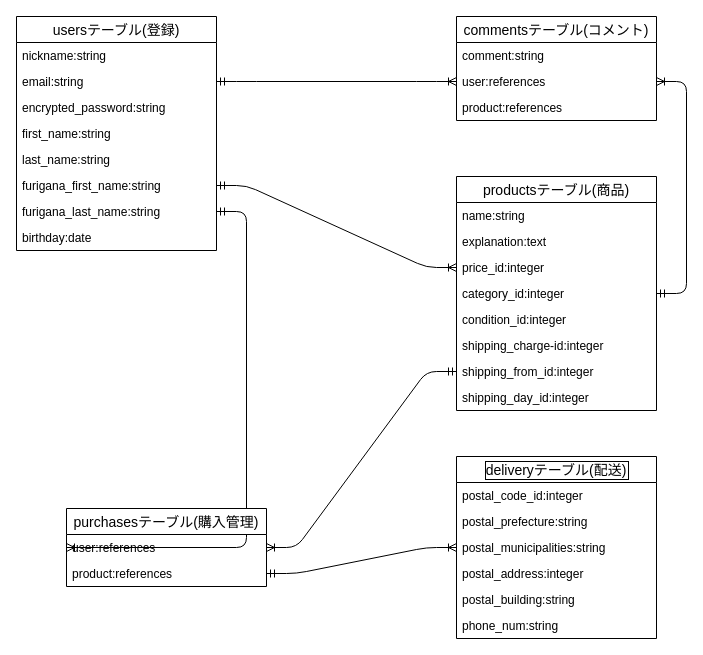
The draw.io diagram furima-29386.drawio in Komatsuzaki1935/furima-29386, before the edit. Source tidied: cells renumbered, new cells numbered last; positions are measured from the earlier drawing's top-left corner, leaving out a move shared by most shapes. Both pictures are drawn from the tidied source at 100%, with x=0, y=0 at pixel (16, 16).
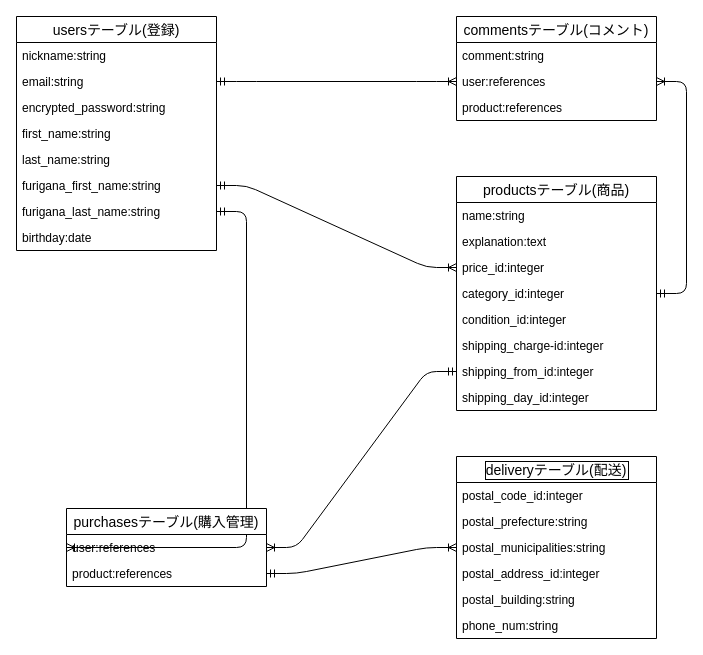
The same page after the edit.

Commit message (it also covers changes not shown here):
カラム名と型の修正

The change refers to these unchanged cells:
```xml
<mxCell id="27" value="deliveryテーブル(配送)" style="swimlane;fontStyle=0;horizontal=1;startSize=26;align=center;fontSize=14;labelBorderColor=#000000;" parent="1" vertex="1">
  <mxGeometry x="440" y="440" width="200" height="182" as="geometry" />
</mxCell>
```

What changed in the source:
```diff
@@
-    <mxCell id="31" value="postal_address:integer" style="text;strokeColor=none;fillColor=none;spacingLeft=4;spacingRight=4;overflow=hidden;fontSize=12;" parent="27" vertex="1">
+    <mxCell id="31" value="postal_address_id:integer" style="text;strokeColor=none;fillColor=none;spacingLeft=4;spacingRight=4;overflow=hidden;fontSize=12;" parent="27" vertex="1">
       <mxGeometry y="104" width="200" height="26" as="geometry" />
     </mxCell>
```
